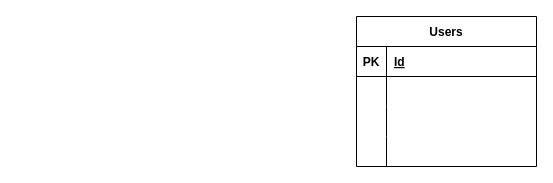
The draw.io diagram database/ERD/AccountenOverzicht.drawio in ZicoBacker/Nimrod-smilepro-fix, before the edit. Source tidied: cells renumbered, new cells numbered last; positions are measured from the earlier drawing's top-left corner, leaving out a move shared by most shapes. Both pictures are drawn from the tidied source at 100%, with x=0, y=0 at pixel (356, 16).
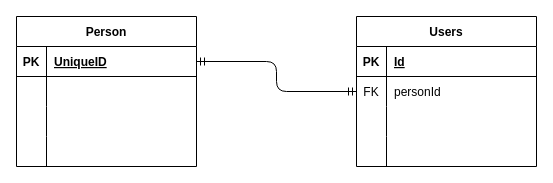
Above is the later version.

Commit message:
Enhance message management by adding bulk deletion and confirmation modals in the messages index view

The change refers to these unchanged cells:
```xml
<mxCell id="6" style="shape=tableRow;horizontal=0;startSize=0;swimlaneHead=0;swimlaneBody=0;fillColor=none;points=[[0,0.5],[1,0.5]];portConstraint=eastwest;top=0;left=0;right=0;bottom=0;" parent="2" vertex="1">
  <mxGeometry y="60" width="180" height="30" as="geometry" />
</mxCell>
```

Diff of the diagram source:
```diff
@@
-    <mxCell id="7" style="shape=partialRectangle;fillColor=none;top=0;left=0;bottom=0;right=0;overflow=hidden;" parent="6" vertex="1">
+    <mxCell id="7" value="FK" style="shape=partialRectangle;fillColor=none;top=0;left=0;bottom=0;right=0;overflow=hidden;" parent="6" vertex="1">
       <mxGeometry width="30" height="30" as="geometry" />
     </mxCell>
-    <mxCell id="8" style="shape=partialRectangle;fillColor=none;top=0;left=0;bottom=0;right=0;align=left;spacingLeft=6;overflow=hidden;" parent="6" vertex="1">
+    <mxCell id="8" value="personId" style="shape=partialRectangle;fillColor=none;top=0;left=0;bottom=0;right=0;align=left;spacingLeft=6;overflow=hidden;" parent="6" vertex="1">
       <mxGeometry x="30" width="150" height="30" as="geometry" />
     </mxCell>
@@
+    <mxCell id="15" value="Person" style="shape=table;startSize=30;childLayout=tableLayout;rowLines=0;fontStyle=1;align=center;" parent="1" vertex="1">
+      <mxGeometry x="-340" width="180" height="150" as="geometry" />
+    </mxCell>
+    <mxCell id="16" style="shape=tableRow;horizontal=0;startSize=0;swimlaneHead=0;swimlaneBody=0;fillColor=none;points=[[0,0.5],[1,0.5]];portConstraint=eastwest;top=0;left=0;right=0;bottom=1;" parent="15" vertex="1">
+      <mxGeometry y="30" width="180" height="30" as="geometry" />
+    </mxCell>
+    <mxCell id="17" value="PK" style="shape=partialRectangle;fillColor=none;top=0;left=0;bottom=0;right=0;fontStyle=1;overflow=hidden;" parent="16" vertex="1">
+      <mxGeometry width="30" height="30" as="geometry" />
+    </mxCell>
+    <mxCell id="18" value="UniqueID" style="shape=partialRectangle;fillColor=none;top=0;left=0;bottom=0;right=0;align=left;spacingLeft=6;fontStyle=5;overflow=hidden;" parent="16" vertex="1">
+      <mxGeometry x="30" width="150" height="30" as="geometry" />
+    </mxCell>
+    <mxCell id="19" style="shape=tableRow;horizontal=0;startSize=0;swimlaneHead=0;swimlaneBody=0;fillColor=none;top=0;left=0;right=0;bottom=0;" parent="15" vertex="1">
+      <mxGeometry y="60" width="180" height="30" as="geometry" />
+    </mxCell>
+    <mxCell id="20" style="shape=partialRectangle;fillColor=none;top=0;left=0;bottom=0;right=0;overflow=hidden;" parent="19" vertex="1">
+      <mxGeometry width="30" height="30" as="geometry" />
+    </mxCell>
+    <mxCell id="21" style="shape=partialRectangle;fillColor=none;top=0;left=0;bottom=0;right=0;align=left;spacingLeft=6;overflow=hidden;" parent="19" vertex="1">
+      <mxGeometry x="30" width="150" height="30" as="geometry" />
+    </mxCell>
+    <mxCell id="22" style="shape=tableRow;horizontal=0;startSize=0;swimlaneHead=0;swimlaneBody=0;fillColor=none;top=0;left=0;right=0;bottom=0;" parent="15" vertex="1">
+      <mxGeometry y="90" width="180" height="30" as="geometry" />
+    </mxCell>
+    <mxCell id="23" style="shape=partialRectangle;fillColor=none;top=0;left=0;bottom=0;right=0;overflow=hidden;" parent="22" vertex="1">
+      <mxGeometry width="30" height="30" as="geometry" />
+    </mxCell>
+    <mxCell id="24" style="shape=partialRectangle;fillColor=none;top=0;left=0;bottom=0;right=0;align=left;spacingLeft=6;overflow=hidden;" parent="22" vertex="1">
+      <mxGeometry x="30" width="150" height="30" as="geometry" />
+    </mxCell>
+    <mxCell id="25" style="shape=tableRow;horizontal=0;startSize=0;swimlaneHead=0;swimlaneBody=0;fillColor=none;top=0;left=0;right=0;bottom=0;" parent="15" vertex="1">
+      <mxGeometry y="120" width="180" height="30" as="geometry" />
+    </mxCell>
+    <mxCell id="26" style="shape=partialRectangle;fillColor=none;top=0;left=0;bottom=0;right=0;overflow=hidden;" parent="25" vertex="1">
+      <mxGeometry width="30" height="30" as="geometry" />
+    </mxCell>
+    <mxCell id="27" style="shape=partialRectangle;fillColor=none;top=0;left=0;bottom=0;right=0;align=left;spacingLeft=6;overflow=hidden;" parent="25" vertex="1">
+      <mxGeometry x="30" width="150" height="30" as="geometry" />
+    </mxCell>
+    <mxCell id="28" style="edgeStyle=elbowEdgeStyle;fontSize=12;html=1;endArrow=ERmandOne;startArrow=ERmandOne;" parent="1" edge="1" source="16" target="6">
+      <mxGeometry relative="1" as="geometry" />
+    </mxCell>
```
